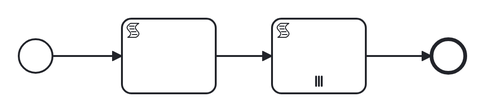
Before: conformance/catalog/diagrams/multi-instance.png, a diagram exported from BPMN (pblumer/atlas). Its source is kept beside it as conformance/models/multi-instance.bpmn. Ids are renumbered.
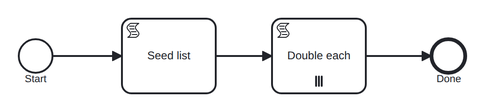
The same diagram one commit later.

Diff of the diagram source:
```diff
@@ -15,13 +15,13 @@
              xmlns:zeebe="http://camunda.org/schema/zeebe/1.0"
              id="defs_multi_instance" targetNamespace="http://atlas/conformance">
   <process id="multi-instance" name="Multi-instance" isExecutable="true">
-    <startEvent id="start"/>
-    <scriptTask id="seed">
+    <startEvent id="start" name="Start"/>
+    <scriptTask id="seed" name="Seed list">
       <extensionElements>
         <zeebe:script expression="= [10, 20, 30]" resultVariable="items"/>
       </extensionElements>
     </scriptTask>
-    <scriptTask id="double">
+    <scriptTask id="double" name="Double each">
       <extensionElements>
         <zeebe:script expression="= item * 2" resultVariable="doubled"/>
       </extensionElements>
@@ -32,7 +32,7 @@
         </extensionElements>
       </multiInstanceLoopCharacteristics>
     </scriptTask>
-    <endEvent id="end"/>
+    <endEvent id="end" name="Done"/>
     <sequenceFlow id="f1" sourceRef="start" targetRef="seed"/>
     <sequenceFlow id="f2" sourceRef="seed" targetRef="double"/>
     <sequenceFlow id="f3" sourceRef="double" targetRef="end"/>
```
